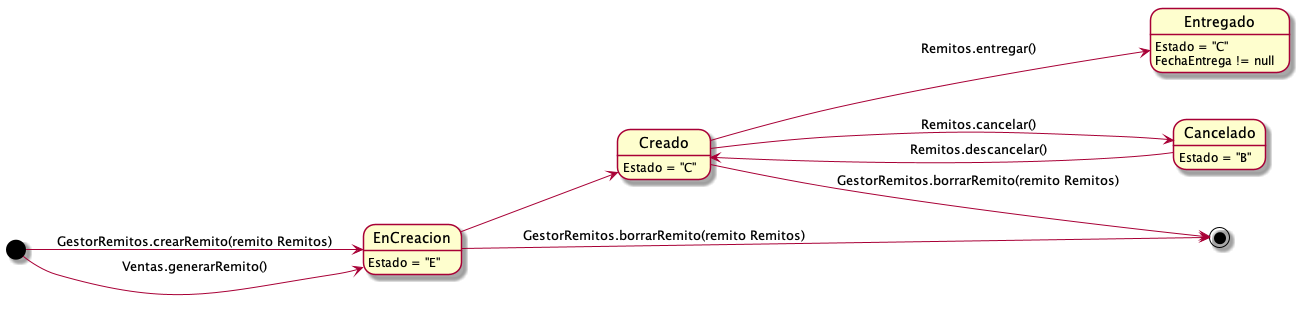
The PlantUML diagram Informe Final/Imagenes/DiagramasEstado/DiagramaDeEstado/remitos.png in ZMGestion/DocumentacionZMGestion, before a commit.
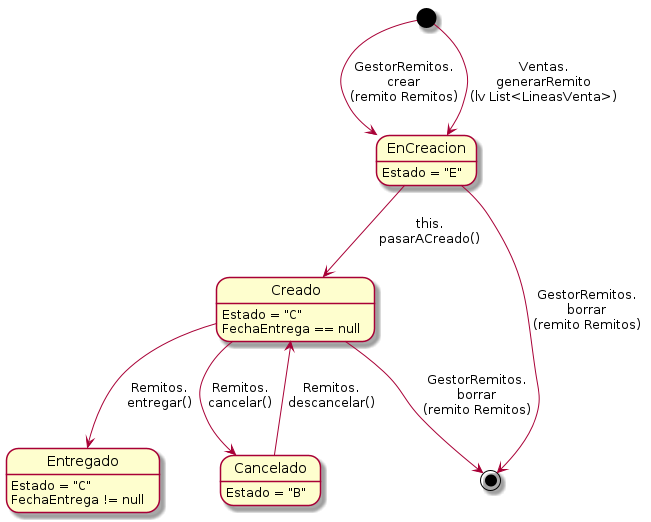
The same diagram one commit later.

Diff of the diagram source:
```diff
@@ -1,19 +1,19 @@
 @startuml remitos
-left to right direction
+top to bottom direction
 
 EnCreacion: Estado = "E"
 Creado: Estado = "C"
+Creado: FechaEntrega == null
 Entregado: Estado = "C"
 Entregado: FechaEntrega != null
 Cancelado: Estado = "B"
 
-[*] --> EnCreacion: GestorRemitos.crearRemito(remito Remitos)
-[*] --> EnCreacion: Ventas.generarRemito()
-EnCreacion --> Creado
-Creado --> Entregado: Remitos.entregar()
-Cancelado --> Creado: Remitos.descancelar()
-Creado --> Cancelado: Remitos.cancelar()
-EnCreacion --> [*]: GestorRemitos.borrarRemito(remito Remitos)
-Creado --> [*]: GestorRemitos.borrarRemito(remito Remitos)
-
+[*] --> EnCreacion: GestorRemitos.\ncrear\n(remito Remitos)
+[*] --> EnCreacion: Ventas.\ngenerarRemito\n(lv List<LineasVenta>)
+EnCreacion --> Creado: this.\npasarACreado()
+Creado --> Entregado: Remitos.\nentregar()
+Cancelado --> Creado: Remitos.\ndescancelar()
+Creado --> Cancelado: Remitos.\ncancelar()
+EnCreacion --> [*]: GestorRemitos.\nborrar\n(remito Remitos)
+Creado --> [*]: GestorRemitos.\nborrar\n(remito Remitos)
 @enduml
```
